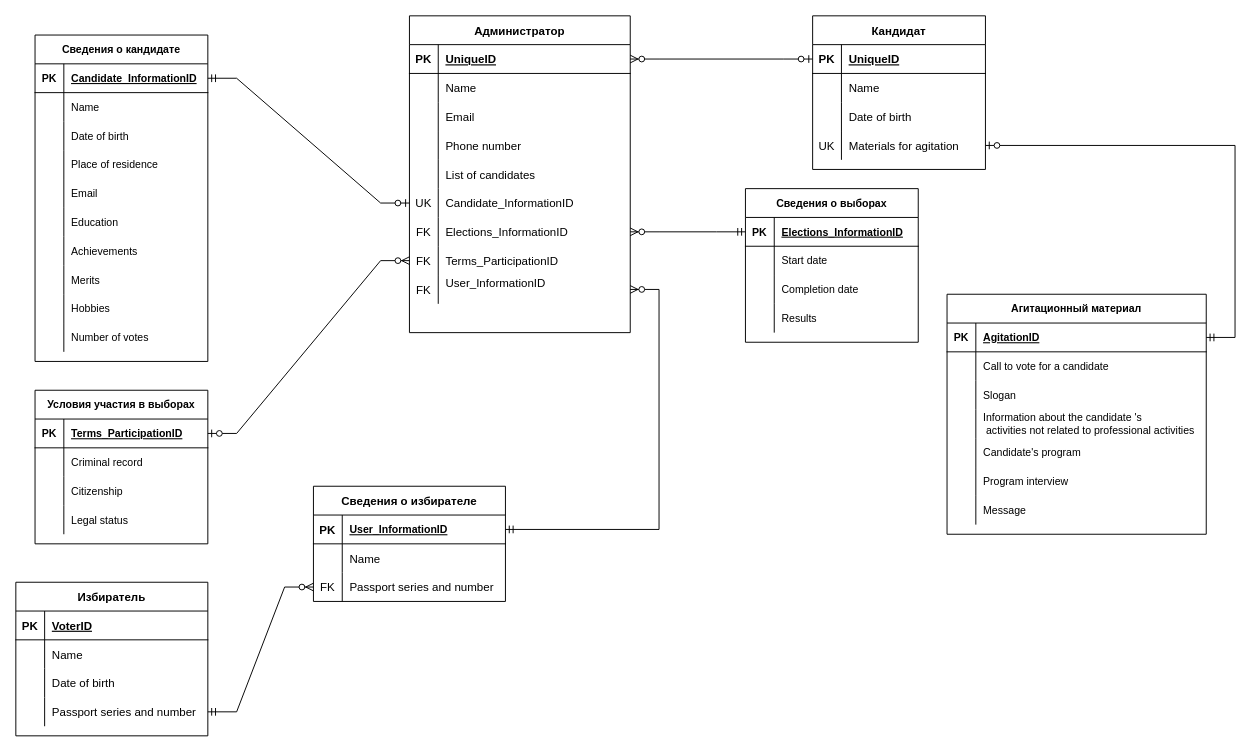
Above: Untitled Diagram.drawio in aleksey899/Inter.MixAN (draw.io), before the change. Source tidied: cells renumbered, new cells numbered last; positions are measured from the earlier drawing's top-left corner, leaving out a move shared by most shapes. Both pictures are drawn from the tidied source at 96%, with x=0, y=0 at pixel (15, 15).
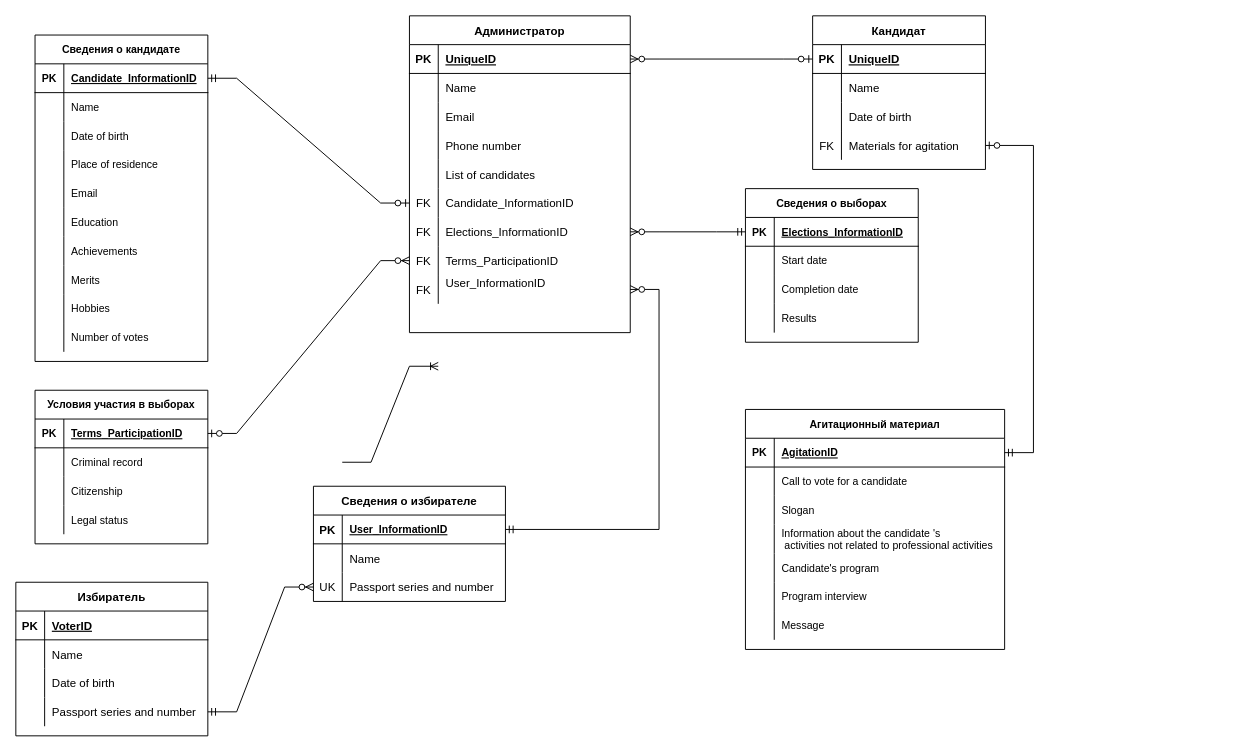
The same page after the edit.

Unchanged cells that the change refers to:
```xml
<mxCell id="9" style="shape=partialRectangle;fillColor=none;top=0;left=0;bottom=0;right=0;points=[[0,0.5],[1,0.5]];portConstraint=eastwest;" parent="2" vertex="1">
  <mxGeometry y="90" width="200" height="30" as="geometry" />
</mxCell>
<mxCell id="101" style="shape=partialRectangle;fillColor=none;top=0;left=0;bottom=0;right=0;points=[[0,0.5],[1,0.5]];portConstraint=eastwest;" parent="91" vertex="1">
  <mxGeometry y="120" width="180" height="30" as="geometry" />
</mxCell>
<mxCell id="133" style="shape=partialRectangle;fillColor=none;top=0;left=0;bottom=0;right=0;points=[[0,0.5],[1,0.5]];portConstraint=eastwest;" parent="117" vertex="1">
  <mxGeometry y="180" width="230" height="30" as="geometry" />
</mxCell>
```

Change to the diagram source:
```diff
@@
-    <mxCell id="10" value="FK" style="shape=partialRectangle;fillColor=none;top=0;left=0;bottom=0;right=0;overflow=hidden;" parent="9" vertex="1">
+    <mxCell id="10" value="UK" style="shape=partialRectangle;fillColor=none;top=0;left=0;bottom=0;right=0;overflow=hidden;" parent="9" vertex="1">
       <mxGeometry width="30" height="30" as="geometry" />
     </mxCell>
@@
     <mxCell id="69" value="Агитационный материал" style="shape=table;startSize=30;childLayout=tableLayout;rowLines=0;fontStyle=1;align=center;shadow=0;sketch=0;fontSize=11;strokeWidth=1;" parent="1" vertex="1">
-      <mxGeometry x="970" y="290" width="270" height="250" as="geometry" />
+      <mxGeometry x="760" y="410" width="270" height="250" as="geometry" />
     </mxCell>
@@
-    <mxCell id="102" value="UK" style="shape=partialRectangle;fillColor=none;top=0;left=0;bottom=0;right=0;overflow=hidden;" parent="101" vertex="1">
+    <mxCell id="102" value="FK" style="shape=partialRectangle;fillColor=none;top=0;left=0;bottom=0;right=0;overflow=hidden;" parent="101" vertex="1">
       <mxGeometry width="30" height="30" as="geometry" />
     </mxCell>
@@
-    <mxCell id="134" value="UK" style="shape=partialRectangle;fillColor=none;top=0;left=0;bottom=0;right=0;overflow=hidden;" parent="133" vertex="1">
+    <mxCell id="134" value="FK" style="shape=partialRectangle;fillColor=none;top=0;left=0;bottom=0;right=0;overflow=hidden;" parent="133" vertex="1">
       <mxGeometry width="30" height="30" as="geometry" />
     </mxCell>
@@
+    <mxCell id="153" style="edgeStyle=entityRelationEdgeStyle;fontSize=12;html=1;endArrow=ERoneToMany;rounded=0;" parent="1" edge="1">
+      <mxGeometry relative="1" as="geometry">
+        <mxPoint x="340" y="465" as="sourcePoint" />
+        <mxPoint x="440" y="365" as="targetPoint" />
+      </mxGeometry>
+    </mxCell>
```
